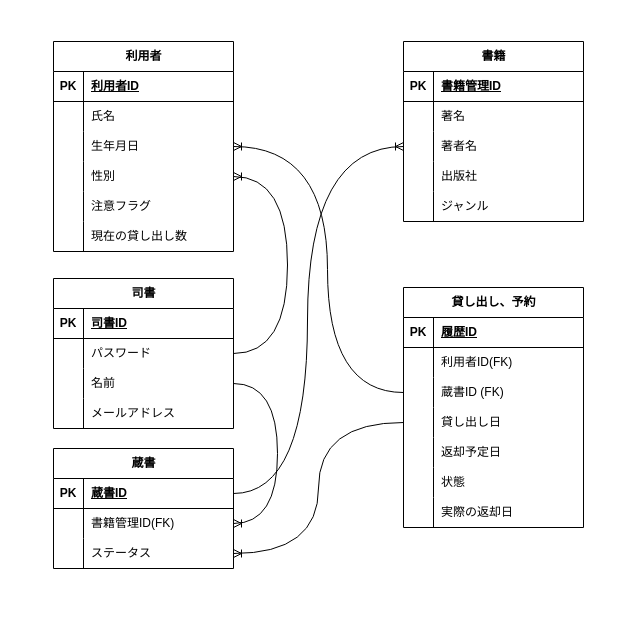
lc-lor-lcb/liblary keeps this draw.io diagram as ER/liblaly_ER図.drawio. Above is the earlier version. Source tidied: cells renumbered, new cells numbered last; positions are measured from the earlier drawing's top-left corner, leaving out a move shared by most shapes. Both pictures are drawn from the tidied source at 100%, with x=0, y=0 at pixel (53, 41).
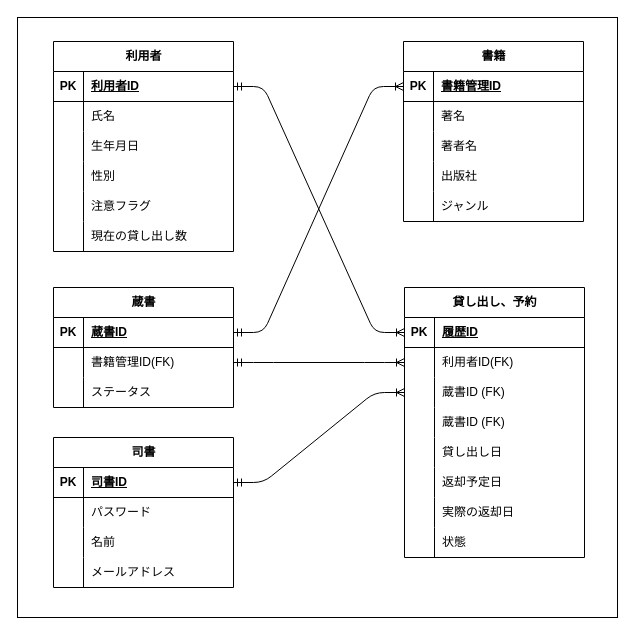
The same diagram, later.

Unchanged cells that the change refers to:
```xml
<mxCell id="3" style="shape=tableRow;horizontal=0;startSize=0;swimlaneHead=0;swimlaneBody=0;fillColor=none;points=[[0,0.5],[1,0.5]];portConstraint=eastwest;top=0;left=0;right=0;bottom=1;" parent="2" vertex="1">
  <mxGeometry y="30" width="180" height="30" as="geometry" />
</mxCell>
<mxCell id="9" style="shape=tableRow;horizontal=0;startSize=0;swimlaneHead=0;swimlaneBody=0;fillColor=none;points=[[0,0.5],[1,0.5]];portConstraint=eastwest;top=0;left=0;right=0;bottom=0;" parent="2" vertex="1">
  <mxGeometry y="90" width="180" height="30" as="geometry" />
</mxCell>
<mxCell id="12" style="shape=tableRow;horizontal=0;startSize=0;swimlaneHead=0;swimlaneBody=0;fillColor=none;points=[[0,0.5],[1,0.5]];portConstraint=eastwest;top=0;left=0;right=0;bottom=0;" parent="2" vertex="1">
  <mxGeometry y="120" width="180" height="30" as="geometry" />
</mxCell>
<mxCell id="22" style="shape=tableRow;horizontal=0;startSize=0;swimlaneHead=0;swimlaneBody=0;fillColor=none;points=[[0,0.5],[1,0.5]];portConstraint=eastwest;top=0;left=0;right=0;bottom=1;" parent="21" vertex="1">
  <mxGeometry y="30" width="180" height="30" as="geometry" />
</mxCell>
<mxCell id="28" style="shape=tableRow;horizontal=0;startSize=0;swimlaneHead=0;swimlaneBody=0;fillColor=none;points=[[0,0.5],[1,0.5]];portConstraint=eastwest;top=0;left=0;right=0;bottom=0;" parent="21" vertex="1">
  <mxGeometry y="90" width="180" height="30" as="geometry" />
</mxCell>
<mxCell id="38" style="shape=tableRow;horizontal=0;startSize=0;swimlaneHead=0;swimlaneBody=0;fillColor=none;points=[[0,0.5],[1,0.5]];portConstraint=eastwest;top=0;left=0;right=0;bottom=1;" parent="37" vertex="1">
  <mxGeometry y="30" width="180" height="30" as="geometry" />
</mxCell>
<mxCell id="41" style="shape=tableRow;horizontal=0;startSize=0;swimlaneHead=0;swimlaneBody=0;fillColor=none;points=[[0,0.5],[1,0.5]];portConstraint=eastwest;top=0;left=0;right=0;bottom=0;" parent="37" vertex="1">
  <mxGeometry y="60" width="180" height="30" as="geometry" />
</mxCell>
<mxCell id="44" style="shape=tableRow;horizontal=0;startSize=0;swimlaneHead=0;swimlaneBody=0;fillColor=none;points=[[0,0.5],[1,0.5]];portConstraint=eastwest;top=0;left=0;right=0;bottom=0;" parent="37" vertex="1">
  <mxGeometry y="90" width="180" height="30" as="geometry" />
</mxCell>
<mxCell id="48" style="shape=tableRow;horizontal=0;startSize=0;swimlaneHead=0;swimlaneBody=0;fillColor=none;points=[[0,0.5],[1,0.5]];portConstraint=eastwest;top=0;left=0;right=0;bottom=1;" parent="47" vertex="1">
  <mxGeometry y="30" width="180" height="30" as="geometry" />
</mxCell>
<mxCell id="51" style="shape=tableRow;horizontal=0;startSize=0;swimlaneHead=0;swimlaneBody=0;fillColor=none;points=[[0,0.5],[1,0.5]];portConstraint=eastwest;top=0;left=0;right=0;bottom=0;" parent="47" vertex="1">
  <mxGeometry y="60" width="180" height="30" as="geometry" />
</mxCell>
<mxCell id="54" style="shape=tableRow;horizontal=0;startSize=0;swimlaneHead=0;swimlaneBody=0;fillColor=none;points=[[0,0.5],[1,0.5]];portConstraint=eastwest;top=0;left=0;right=0;bottom=0;" parent="47" vertex="1">
  <mxGeometry y="90" width="180" height="30" as="geometry" />
</mxCell>
<mxCell id="57" style="shape=tableRow;horizontal=0;startSize=0;swimlaneHead=0;swimlaneBody=0;fillColor=none;points=[[0,0.5],[1,0.5]];portConstraint=eastwest;top=0;left=0;right=0;bottom=0;" parent="47" vertex="1">
  <mxGeometry y="120" width="180" height="30" as="geometry" />
</mxCell>
<mxCell id="60" style="shape=tableRow;horizontal=0;startSize=0;swimlaneHead=0;swimlaneBody=0;fillColor=none;top=0;left=0;right=0;bottom=0;" parent="47" vertex="1">
  <mxGeometry y="150" width="180" height="30" as="geometry" />
</mxCell>
<mxCell id="63" style="shape=tableRow;horizontal=0;startSize=0;swimlaneHead=0;swimlaneBody=0;fillColor=none;top=0;left=0;right=0;bottom=0;" parent="47" vertex="1">
  <mxGeometry y="180" width="180" height="30" as="geometry" />
</mxCell>
<mxCell id="73" style="shape=tableRow;horizontal=0;startSize=0;swimlaneHead=0;swimlaneBody=0;fillColor=none;points=[[0,0.5],[1,0.5]];portConstraint=eastwest;top=0;left=0;right=0;bottom=1;" parent="72" vertex="1">
  <mxGeometry y="30" width="180" height="30" as="geometry" />
</mxCell>
<mxCell id="76" style="shape=tableRow;horizontal=0;startSize=0;swimlaneHead=0;swimlaneBody=0;fillColor=none;points=[[0,0.5],[1,0.5]];portConstraint=eastwest;top=0;left=0;right=0;bottom=0;" parent="72" vertex="1">
  <mxGeometry y="60" width="180" height="30" as="geometry" />
</mxCell>
<mxCell id="79" style="shape=tableRow;horizontal=0;startSize=0;swimlaneHead=0;swimlaneBody=0;fillColor=none;points=[[0,0.5],[1,0.5]];portConstraint=eastwest;top=0;left=0;right=0;bottom=0;" parent="72" vertex="1">
  <mxGeometry y="90" width="180" height="30" as="geometry" />
</mxCell>
```

Change to the diagram source:
```diff
@@
+    <mxCell id="87" style="whiteSpace=wrap;html=1;" parent="1" vertex="1">
+      <mxGeometry x="-36" y="-24" width="600" height="600" as="geometry" />
+    </mxCell>
@@
     <mxCell id="37" value="蔵書" style="shape=table;startSize=30;childLayout=tableLayout;rowLines=0;fontStyle=1;align=center;html=1;" parent="1" vertex="1">
-      <mxGeometry y="407" width="180" height="120" as="geometry" />
+      <mxGeometry y="246" width="180" height="120" as="geometry" />
     </mxCell>
@@
     <mxCell id="47" value="貸し出し、予約" style="shape=table;startSize=30;childLayout=tableLayout;rowLines=0;fontStyle=1;align=center;html=1;" parent="1" vertex="1">
-      <mxGeometry x="350" y="246" width="180" height="240" as="geometry" />
+      <mxGeometry x="351" y="246" width="180" height="270" as="geometry" />
     </mxCell>
@@
-    <mxCell id="59" value="貸し出し日" style="shape=partialRectangle;fillColor=none;top=0;left=0;bottom=0;right=0;align=left;spacingLeft=6;overflow=hidden;whiteSpace=wrap;html=1;" parent="57" vertex="1">
+    <mxCell id="59" value="&lt;span style=&quot;color: rgb(0, 0, 0);&quot;&gt;蔵書ID (FK)&lt;/span&gt;" style="shape=partialRectangle;fillColor=none;top=0;left=0;bottom=0;right=0;align=left;spacingLeft=6;overflow=hidden;whiteSpace=wrap;html=1;" parent="57" vertex="1">
       <mxGeometry x="30" width="150" height="30" as="geometry" />
     </mxCell>
@@
-    <mxCell id="62" value="返却予定日" style="shape=partialRectangle;fillColor=none;top=0;left=0;bottom=0;right=0;align=left;spacingLeft=6;overflow=hidden;whiteSpace=wrap;html=1;" parent="60" vertex="1">
+    <mxCell id="62" value="&lt;span style=&quot;color: rgb(0, 0, 0);&quot;&gt;貸し出し日&lt;/span&gt;" style="shape=partialRectangle;fillColor=none;top=0;left=0;bottom=0;right=0;align=left;spacingLeft=6;overflow=hidden;whiteSpace=wrap;html=1;" parent="60" vertex="1">
       <mxGeometry x="30" width="150" height="30" as="geometry" />
     </mxCell>
@@
-    <mxCell id="65" value="状態" style="shape=partialRectangle;fillColor=none;top=0;left=0;bottom=0;right=0;align=left;spacingLeft=6;overflow=hidden;whiteSpace=wrap;html=1;" parent="63" vertex="1">
+    <mxCell id="65" value="&lt;span style=&quot;color: rgb(0, 0, 0);&quot;&gt;返却予定日&lt;/span&gt;" style="shape=partialRectangle;fillColor=none;top=0;left=0;bottom=0;right=0;align=left;spacingLeft=6;overflow=hidden;whiteSpace=wrap;html=1;" parent="63" vertex="1">
       <mxGeometry x="30" width="150" height="30" as="geometry" />
     </mxCell>
@@
-    <mxCell id="69" style="edgeStyle=orthogonalEdgeStyle;fontSize=12;html=1;endArrow=ERoneToMany;rounded=0;entryX=1;entryY=0.5;entryDx=0;entryDy=0;exitX=0;exitY=0.5;exitDx=0;exitDy=0;curved=1;" parent="1" edge="1" source="57" target="44">
-      <mxGeometry relative="1" as="geometry" />
-    </mxCell>
-    <mxCell id="70" style="edgeStyle=orthogonalEdgeStyle;fontSize=12;html=1;endArrow=ERoneToMany;rounded=0;exitX=0;exitY=0.5;exitDx=0;exitDy=0;entryX=1;entryY=0.5;entryDx=0;entryDy=0;curved=1;" parent="1" edge="1" source="54" target="9">
-      <mxGeometry relative="1" as="geometry">
-        <Array as="points">
-          <mxPoint x="274" y="351" />
-          <mxPoint x="274" y="105" />
-        </Array>
-      </mxGeometry>
-    </mxCell>
-    <mxCell id="71" style="edgeStyle=orthogonalEdgeStyle;fontSize=12;html=1;endArrow=ERoneToMany;rounded=0;entryX=0;entryY=0.5;entryDx=0;entryDy=0;exitX=1;exitY=0.5;exitDx=0;exitDy=0;curved=1;" parent="1" edge="1" source="38" target="28">
-      <mxGeometry relative="1" as="geometry">
-        <Array as="points">
-          <mxPoint x="254" y="452" />
-          <mxPoint x="254" y="105" />
-        </Array>
-      </mxGeometry>
-    </mxCell>
+    <mxCell id="88" style="shape=tableRow;horizontal=0;startSize=0;swimlaneHead=0;swimlaneBody=0;fillColor=none;top=0;left=0;right=0;bottom=0;" parent="47" vertex="1">
+      <mxGeometry y="240" width="180" height="30" as="geometry" />
+    </mxCell>
+    <mxCell id="89" style="shape=partialRectangle;fillColor=none;top=0;left=0;bottom=0;right=0;overflow=hidden;whiteSpace=wrap;html=1;" parent="88" vertex="1">
+      <mxGeometry width="30" height="30" as="geometry" />
+    </mxCell>
+    <mxCell id="90" value="&lt;span style=&quot;color: rgb(0, 0, 0);&quot;&gt;状態&lt;/span&gt;" style="shape=partialRectangle;fillColor=none;top=0;left=0;bottom=0;right=0;align=left;spacingLeft=6;overflow=hidden;whiteSpace=wrap;html=1;" parent="88" vertex="1">
+      <mxGeometry x="30" width="150" height="30" as="geometry" />
+    </mxCell>
     <mxCell id="72" value="司書" style="shape=table;startSize=30;childLayout=tableLayout;rowLines=0;fontStyle=1;align=center;html=1;" parent="1" vertex="1">
-      <mxGeometry y="237" width="180" height="150" as="geometry" />
+      <mxGeometry y="396" width="180" height="150" as="geometry" />
     </mxCell>
@@
-    <mxCell id="85" style="edgeStyle=orthogonalEdgeStyle;fontSize=12;html=1;endArrow=ERoneToMany;rounded=0;exitX=1;exitY=0.5;exitDx=0;exitDy=0;entryX=1;entryY=0.5;entryDx=0;entryDy=0;curved=1;" parent="1" edge="1" source="76" target="12">
-      <mxGeometry relative="1" as="geometry">
-        <Array as="points">
-          <mxPoint x="234" y="312" />
-          <mxPoint x="234" y="135" />
-        </Array>
-      </mxGeometry>
-    </mxCell>
-    <mxCell id="86" style="edgeStyle=orthogonalEdgeStyle;fontSize=12;html=1;endArrow=ERoneToMany;rounded=0;exitX=1;exitY=0.5;exitDx=0;exitDy=0;entryX=1;entryY=0.5;entryDx=0;entryDy=0;curved=1;" parent="1" edge="1" source="79" target="41">
-      <mxGeometry relative="1" as="geometry">
-        <Array as="points">
-          <mxPoint x="224" y="342" />
-          <mxPoint x="224" y="482" />
-        </Array>
-      </mxGeometry>
-    </mxCell>
+    <mxCell id="91" style="edgeStyle=entityRelationEdgeStyle;fontSize=12;html=1;endArrow=ERoneToMany;startArrow=ERmandOne;entryX=0;entryY=0.5;entryDx=0;entryDy=0;exitX=1;exitY=0.5;exitDx=0;exitDy=0;" parent="1" edge="1" source="41" target="51">
+      <mxGeometry relative="1" as="geometry" />
+    </mxCell>
+    <mxCell id="92" style="edgeStyle=entityRelationEdgeStyle;fontSize=12;html=1;endArrow=ERoneToMany;startArrow=ERmandOne;entryX=0;entryY=0.5;entryDx=0;entryDy=0;exitX=1;exitY=0.5;exitDx=0;exitDy=0;" parent="1" edge="1" source="3" target="48">
+      <mxGeometry relative="1" as="geometry" />
+    </mxCell>
+    <mxCell id="93" style="edgeStyle=entityRelationEdgeStyle;fontSize=12;html=1;endArrow=ERoneToMany;startArrow=ERmandOne;entryX=0;entryY=0.5;entryDx=0;entryDy=0;exitX=1;exitY=0.5;exitDx=0;exitDy=0;" parent="1" edge="1" source="38" target="22">
+      <mxGeometry relative="1" as="geometry" />
+    </mxCell>
+    <mxCell id="94" style="edgeStyle=entityRelationEdgeStyle;fontSize=12;html=1;endArrow=ERoneToMany;startArrow=ERmandOne;entryX=0;entryY=0.5;entryDx=0;entryDy=0;exitX=1;exitY=0.5;exitDx=0;exitDy=0;" parent="1" edge="1" source="73" target="54">
+      <mxGeometry relative="1" as="geometry" />
+    </mxCell>
```
